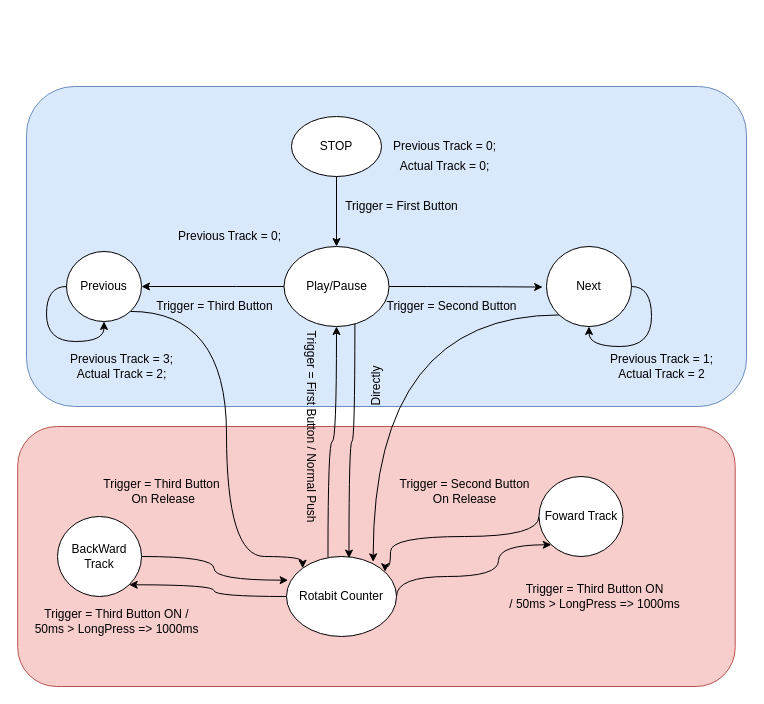
Before: Doc/FSM/New_FSM_Foward&Backford.drawio in brunoavalos/PracticaReproductorAudio, a draw.io diagram. Source tidied: cells renumbered, new cells numbered last; positions are measured from the earlier drawing's top-left corner, leaving out a move shared by most shapes. Both pictures are drawn from the tidied source at 100%, with x=0, y=0 at pixel (17, 86).
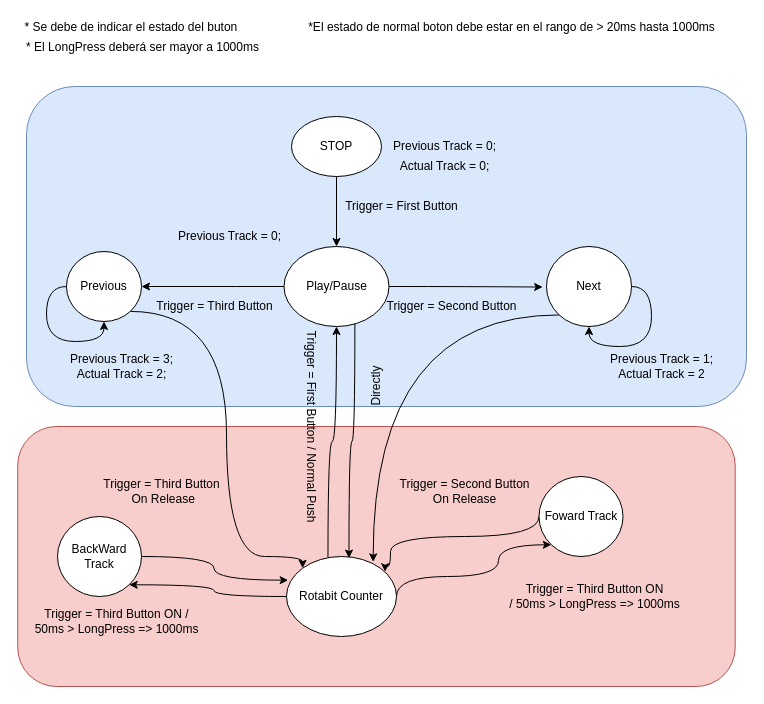
Above is the later version.

The edit, as a diff of the source:
```diff
@@
+    <mxCell id="38" value="* Se debe de indicar el estado del buton&amp;nbsp;" style="text;html=1;align=center;verticalAlign=middle;" parent="1" vertex="1">
+      <mxGeometry x="0.2" y="-69" width="230" height="20" as="geometry" />
+    </mxCell>
+    <mxCell id="39" value="* El LongPress deberá ser mayor a 1000ms" style="text;html=1;align=center;verticalAlign=middle;" parent="1" vertex="1">
+      <mxGeometry x="0.2" y="-49" width="250" height="20" as="geometry" />
+    </mxCell>
+    <mxCell id="40" value="*El estado de normal boton debe estar en el rango de &amp;gt; 20ms hasta 1000ms" style="text;html=1;align=center;verticalAlign=middle;" parent="1" vertex="1">
+      <mxGeometry x="284" y="-69" width="420" height="20" as="geometry" />
+    </mxCell>
```
